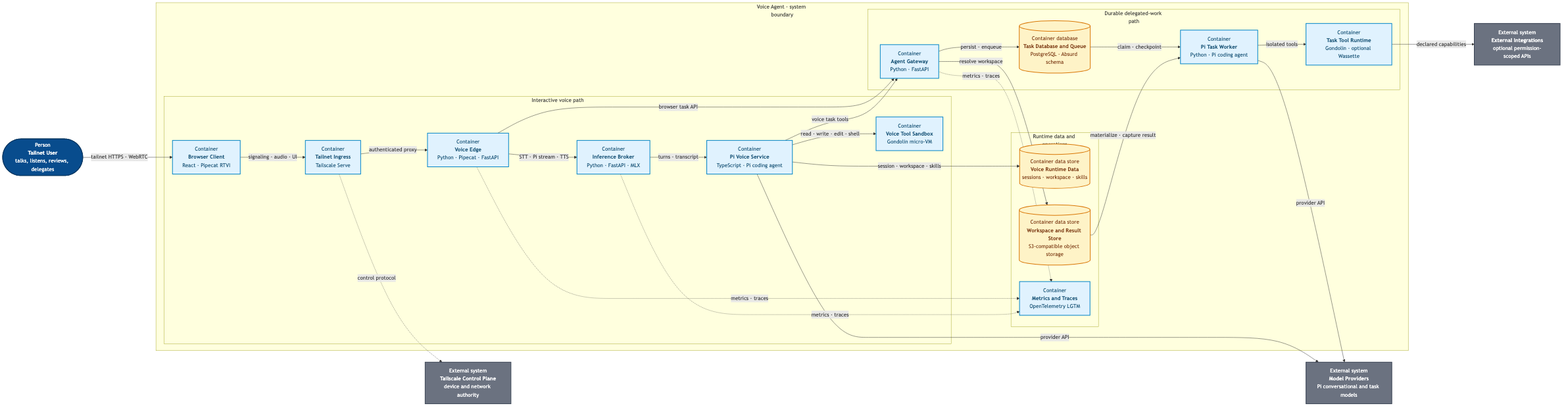
Above: products/voice-agent/docs/architecture/c2-container.png in ragavsathish/agent-workload-platform (Mermaid), before the change. Its source is kept beside it as products/voice-agent/docs/architecture/c2-container.mmd.
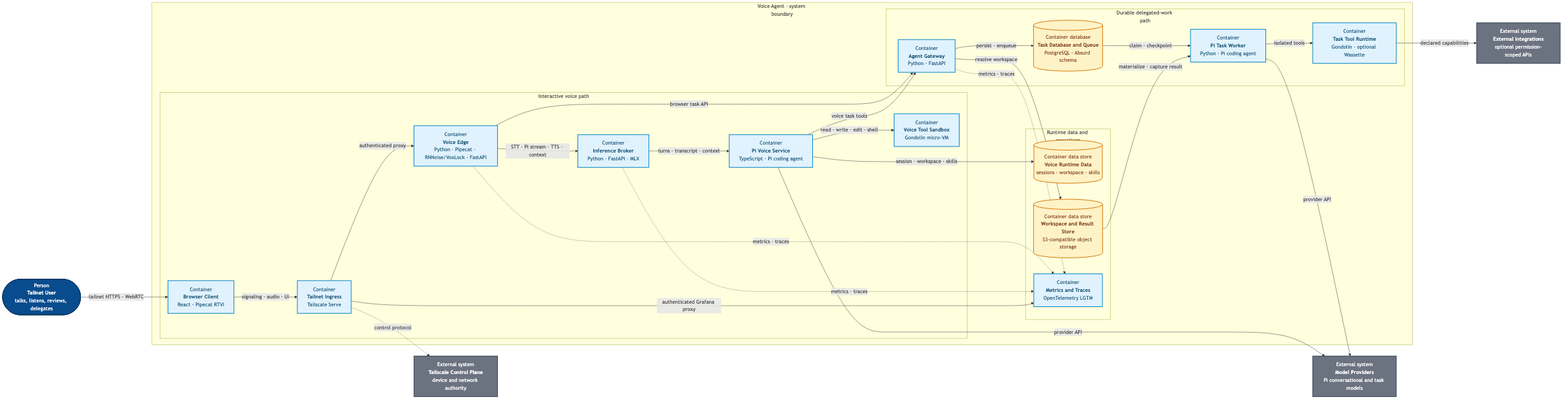
Above is the later version.

The edit, as a diff of the source:
```diff
@@ -11,14 +11,14 @@
             direction LR
             BROWSER["Container<br/><b>Browser Client</b><br/>React · Pipecat RTVI"]
             INGRESS["Container<br/><b>Tailnet Ingress</b><br/>Tailscale Serve"]
-            EDGE["Container<br/><b>Voice Edge</b><br/>Python · Pipecat · FastAPI"]
+            EDGE["Container<br/><b>Voice Edge</b><br/>Python · Pipecat · RNNoise/VoxLock · FastAPI"]
             BROKER["Container<br/><b>Inference Broker</b><br/>Python · FastAPI · MLX"]
             PI["Container<br/><b>Pi Voice Service</b><br/>TypeScript · Pi coding agent"]
             VOICE_VM["Container<br/><b>Voice Tool Sandbox</b><br/>Gondolin micro-VM"]
             BROWSER -->|"signaling · audio · UI"| INGRESS
             INGRESS -->|"authenticated proxy"| EDGE
-            EDGE -->|"STT · Pi stream · TTS"| BROKER
-            BROKER -->|"turns · transcript"| PI
+            EDGE -->|"STT · Pi stream · TTS · context"| BROKER
+            BROKER -->|"turns · transcript · context"| PI
             PI -->|"read · write · edit · shell"| VOICE_VM
         end
 
@@ -48,6 +48,7 @@
         EDGE -.->|"metrics · traces"| OTEL
         BROKER -.->|"metrics · traces"| OTEL
         GATEWAY -.->|"metrics · traces"| OTEL
+        INGRESS -->|"authenticated Grafana proxy"| OTEL
     end
 
     USER -->|"tailnet HTTPS · WebRTC"| BROWSER
```
